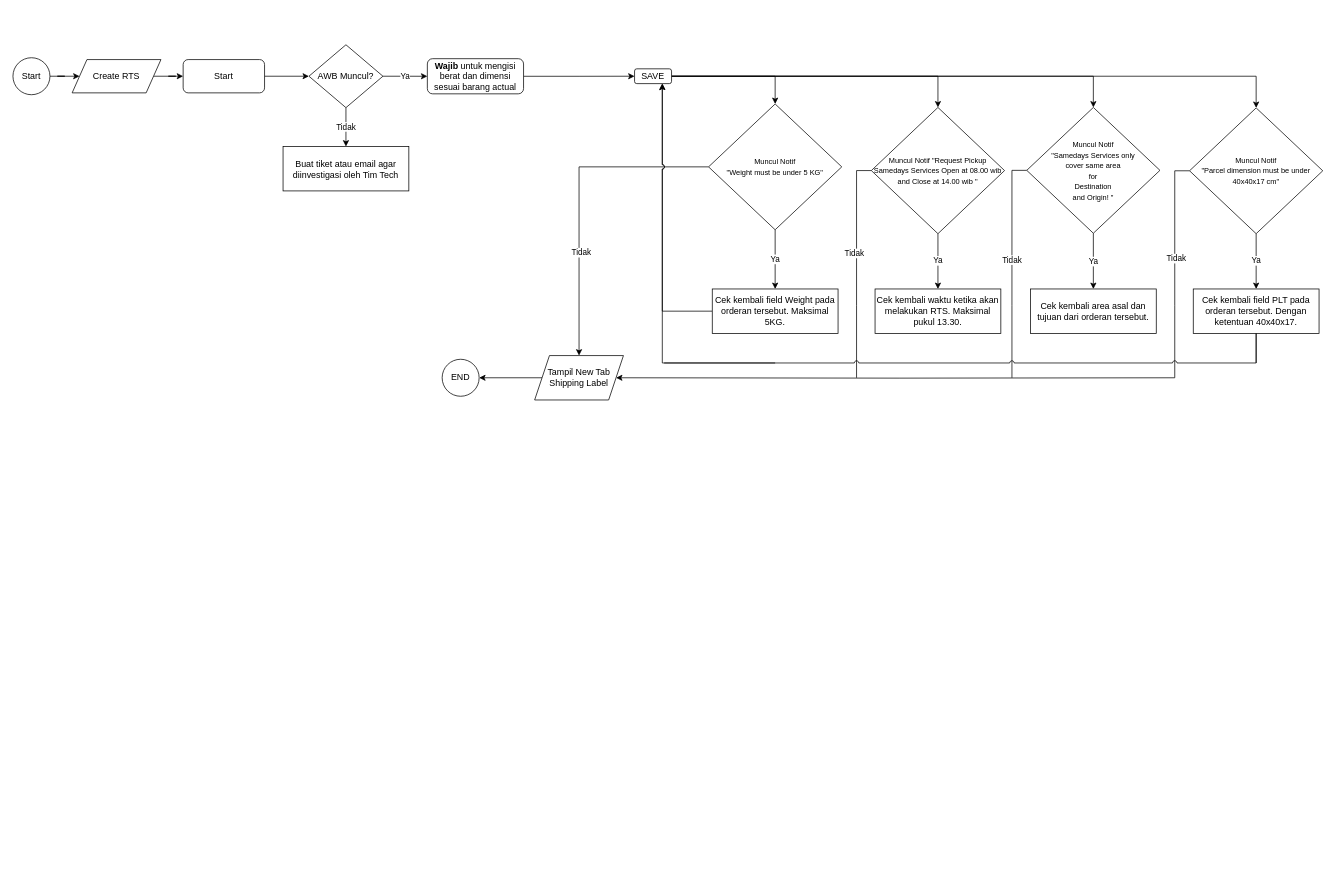
This is reqPickupSDS.drawio from kucingtampan007/draw-io, a draw.io file, before an edit. Source tidied: cells renumbered, new cells numbered last; positions are measured from the earlier drawing's top-left corner, leaving out a move shared by most shapes. Both pictures are drawn from the tidied source at 74%, with x=0, y=0 at pixel (13, 44).
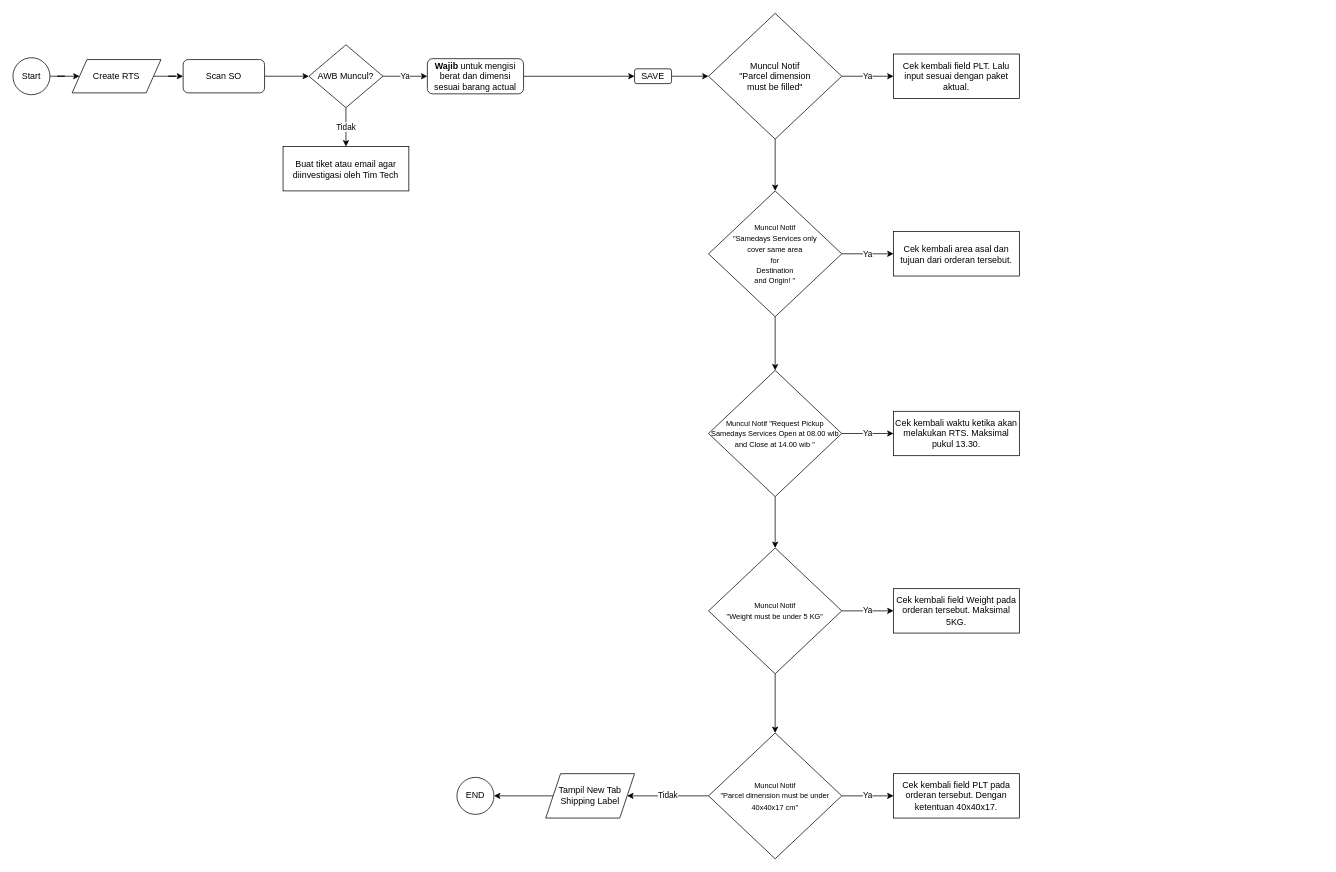
The same page after the edit.

The change refers to these unchanged cells:
```xml
<mxCell id="17" value="SAVE" style="rounded=1;whiteSpace=wrap;html=1;" parent="1" vertex="1">
  <mxGeometry x="840" y="32.5" width="50" height="20" as="geometry" />
</mxCell>
```

Diff of the diagram source:
```diff
@@
-    <mxCell id="7" value="Start" style="rounded=1;whiteSpace=wrap;html=1;" parent="1" vertex="1">
+    <mxCell id="7" value="&lt;div&gt;Scan SO&lt;/div&gt;" style="rounded=1;whiteSpace=wrap;html=1;" parent="1" vertex="1">
       <mxGeometry x="230" y="20" width="110" height="45" as="geometry" />
     </mxCell>
@@
-    <mxCell id="13" style="edgeStyle=orthogonalEdgeStyle;rounded=0;jettySize=auto;html=1;" parent="1" edge="1" source="17" target="21">
-      <mxGeometry relative="1" as="geometry" />
-    </mxCell>
-    <mxCell id="14" style="edgeStyle=orthogonalEdgeStyle;rounded=0;jettySize=auto;html=1;exitX=1;exitY=0.5;exitDx=0;exitDy=0;entryX=0.5;entryY=0;entryDx=0;entryDy=0;" parent="1" edge="1" source="17" target="26">
-      <mxGeometry relative="1" as="geometry" />
-    </mxCell>
-    <mxCell id="15" style="edgeStyle=orthogonalEdgeStyle;rounded=0;jettySize=auto;html=1;exitX=1;exitY=0.5;exitDx=0;exitDy=0;" parent="1" edge="1" source="17" target="30">
-      <mxGeometry relative="1" as="geometry" />
-    </mxCell>
-    <mxCell id="16" style="edgeStyle=orthogonalEdgeStyle;rounded=0;jettySize=auto;html=1;entryX=0.5;entryY=0;entryDx=0;entryDy=0;" parent="1" edge="1" source="17" target="38">
-      <mxGeometry relative="1" as="geometry" />
-    </mxCell>
+    <mxCell id="47" style="edgeStyle=orthogonalEdgeStyle;rounded=0;jettySize=auto;html=1;" parent="1" edge="1" source="17" target="54">
+      <mxGeometry relative="1" as="geometry" />
+    </mxCell>
@@
+    <mxCell id="48" style="edgeStyle=orthogonalEdgeStyle;rounded=0;jettySize=auto;html=1;" parent="1" edge="1" source="21" target="38">
+      <mxGeometry relative="1" as="geometry" />
+    </mxCell>
@@
-    <mxCell id="19" style="edgeStyle=orthogonalEdgeStyle;rounded=0;jettySize=auto;html=1;" parent="1" edge="1" source="21" target="43">
-      <mxGeometry relative="1" as="geometry" />
-    </mxCell>
-    <mxCell id="20" value="Tidak" style="edgeLabel;html=1;align=center;verticalAlign=middle;" parent="19" vertex="1">
-      <mxGeometry x="0.35" y="2" relative="1" as="geometry" />
-    </mxCell>
     <mxCell id="21" value="&lt;div&gt;&lt;font style=&quot;font-size: 10px&quot;&gt;Muncul Notif &lt;br&gt;&lt;/font&gt;&lt;/div&gt;&lt;div&gt;&lt;font style=&quot;font-size: 10px&quot;&gt;&quot;Weight must be under 5 KG&quot;&lt;/font&gt;&lt;/div&gt;" style="rhombus;whiteSpace=wrap;html=1;" parent="1" vertex="1">
-      <mxGeometry x="940" y="80" width="180" height="170" as="geometry" />
+      <mxGeometry x="940" y="680" width="180" height="170" as="geometry" />
     </mxCell>
@@
-    <mxCell id="24" style="edgeStyle=orthogonalEdgeStyle;rounded=0;jettySize=auto;html=1;endArrow=none;endFill=0;" parent="1" edge="1" source="26">
-      <mxGeometry relative="1" as="geometry">
-        <mxPoint x="1140" y="450" as="targetPoint" />
-      </mxGeometry>
-    </mxCell>
-    <mxCell id="25" value="Tidak" style="edgeLabel;html=1;align=center;verticalAlign=middle;" parent="24" vertex="1">
-      <mxGeometry x="-0.13" y="-4" relative="1" as="geometry" />
-    </mxCell>
+    <mxCell id="49" style="edgeStyle=orthogonalEdgeStyle;rounded=0;jettySize=auto;html=1;" parent="1" edge="1" source="26" target="21">
+      <mxGeometry relative="1" as="geometry" />
+    </mxCell>
     <mxCell id="26" value="&lt;font style=&quot;font-size: 10px&quot;&gt;Muncul Notif &quot;Request Pickup Samedays Services Open at 08.00 wib and Close at 14.00 wib &quot;&lt;/font&gt;" style="rhombus;whiteSpace=wrap;html=1;" parent="1" vertex="1">
-      <mxGeometry x="1160" y="84.7" width="180" height="170.6" as="geometry" />
+      <mxGeometry x="940" y="440" width="180" height="170.6" as="geometry" />
     </mxCell>
@@
-    <mxCell id="28" style="edgeStyle=orthogonalEdgeStyle;rounded=0;jettySize=auto;html=1;endArrow=none;endFill=0;" parent="1" edge="1" source="30">
-      <mxGeometry relative="1" as="geometry">
-        <mxPoint x="1350" y="450" as="targetPoint" />
-      </mxGeometry>
-    </mxCell>
-    <mxCell id="29" value="Tidak" style="edgeLabel;html=1;align=center;verticalAlign=middle;" parent="28" vertex="1">
-      <mxGeometry x="-0.07" y="-1" relative="1" as="geometry">
-        <mxPoint y="1" as="offset" />
-      </mxGeometry>
-    </mxCell>
+    <mxCell id="50" style="edgeStyle=orthogonalEdgeStyle;rounded=0;jettySize=auto;html=1;" parent="1" edge="1" source="30" target="26">
+      <mxGeometry relative="1" as="geometry" />
+    </mxCell>
     <mxCell id="30" value="&lt;div&gt;&lt;font style=&quot;font-size: 10px&quot;&gt;Muncul Notif&lt;br&gt;&lt;/font&gt;&lt;/div&gt;&lt;div&gt;&lt;font style=&quot;font-size: 10px&quot;&gt;&quot;Samedays Services only &lt;br&gt;&lt;/font&gt;&lt;/div&gt;&lt;div&gt;&lt;font style=&quot;font-size: 10px&quot;&gt;cover same area &lt;br&gt;&lt;/font&gt;&lt;/div&gt;&lt;div&gt;&lt;font style=&quot;font-size: 10px&quot;&gt;for &lt;br&gt;&lt;/font&gt;&lt;/div&gt;&lt;div&gt;&lt;font style=&quot;font-size: 10px&quot;&gt;Destination&lt;/font&gt;&lt;/div&gt;&lt;div&gt;&lt;font style=&quot;font-size: 10px&quot;&gt; and Origin! &quot;&lt;/font&gt;&lt;/div&gt;" style="rhombus;whiteSpace=wrap;html=1;" parent="1" vertex="1">
-      <mxGeometry x="1370" y="84.7" width="180" height="170" as="geometry" />
+      <mxGeometry x="940" y="197.5" width="180" height="170" as="geometry" />
     </mxCell>
-    <mxCell id="31" style="edgeStyle=orthogonalEdgeStyle;rounded=0;jettySize=auto;html=1;entryX=0.75;entryY=1;entryDx=0;entryDy=0;endArrow=classic;endFill=1;strokeColor=#000000;strokeWidth=1;jumpStyle=arc;" parent="1" edge="1" source="32" target="17">
-      <mxGeometry relative="1" as="geometry" />
-    </mxCell>
     <mxCell id="32" value="Cek kembali field Weight pada orderan tersebut. Maksimal 5KG." style="rounded=0;whiteSpace=wrap;html=1;" parent="1" vertex="1">
-      <mxGeometry x="945" y="330" width="170" height="60" as="geometry" />
+      <mxGeometry x="1190" y="735" width="170" height="60" as="geometry" />
     </mxCell>
-    <mxCell id="33" value="Cek kembali area asal dan tujuan dari orderan tersebut." style="rounded=0;whiteSpace=wrap;html=1;" parent="1" vertex="1">
-      <mxGeometry x="1375" y="330" width="170" height="60" as="geometry" />
-    </mxCell>
     <mxCell id="34" value="Cek kembali waktu ketika akan melakukan RTS. Maksimal pukul 13.30." style="rounded=0;whiteSpace=wrap;html=1;" parent="1" vertex="1">
-      <mxGeometry x="1165" y="330" width="170" height="60" as="geometry" />
+      <mxGeometry x="1190" y="495.3" width="170" height="60" as="geometry" />
     </mxCell>
@@
-    <mxCell id="36" style="edgeStyle=orthogonalEdgeStyle;rounded=0;jettySize=auto;html=1;endArrow=none;endFill=0;" parent="1" edge="1" source="38">
-      <mxGeometry relative="1" as="geometry">
-        <mxPoint x="1570" y="450" as="targetPoint" />
-      </mxGeometry>
-    </mxCell>
-    <mxCell id="37" value="Tidak" style="edgeLabel;html=1;align=center;verticalAlign=middle;" parent="36" vertex="1">
-      <mxGeometry x="-0.08" y="1" relative="1" as="geometry" />
-    </mxCell>
+    <mxCell id="51" value="Tidak" style="edgeStyle=orthogonalEdgeStyle;rounded=0;jettySize=auto;html=1;" parent="1" edge="1" source="38" target="43">
+      <mxGeometry relative="1" as="geometry" />
+    </mxCell>
     <mxCell id="38" value="&lt;div&gt;&lt;font style=&quot;font-size: 10px&quot;&gt;Muncul Notif &lt;br&gt;&lt;/font&gt;&lt;/div&gt;&lt;div&gt;&lt;font style=&quot;font-size: 10px&quot;&gt;&quot;Parcel dimension must be under 40x40x17 cm&quot;&lt;/font&gt;&lt;/div&gt;" style="rhombus;whiteSpace=wrap;html=1;" parent="1" vertex="1">
-      <mxGeometry x="1590" y="85.3" width="180" height="170" as="geometry" />
+      <mxGeometry x="940" y="930" width="180" height="170" as="geometry" />
     </mxCell>
-    <mxCell id="39" style="edgeStyle=orthogonalEdgeStyle;rounded=0;jumpStyle=arc;jettySize=auto;html=1;exitX=0.5;exitY=1;exitDx=0;exitDy=0;endArrow=none;endFill=0;strokeColor=#000000;strokeWidth=1;" parent="1" edge="1" source="40">
-      <mxGeometry relative="1" as="geometry">
-        <mxPoint x="1680" y="430" as="targetPoint" />
-      </mxGeometry>
-    </mxCell>
     <mxCell id="40" value="Cek kembali field PLT pada orderan tersebut. Dengan ketentuan 40x40x17." style="rounded=0;whiteSpace=wrap;html=1;" parent="1" vertex="1">
-      <mxGeometry x="1595" y="330" width="170" height="60" as="geometry" />
+      <mxGeometry x="1190" y="985" width="170" height="60" as="geometry" />
     </mxCell>
@@
-    <mxCell id="42" style="edgeStyle=orthogonalEdgeStyle;jettySize=auto;html=1;rounded=0;strokeWidth=1;" parent="1" edge="1" target="43">
-      <mxGeometry relative="1" as="geometry">
-        <mxPoint x="1570" y="450" as="sourcePoint" />
-      </mxGeometry>
-    </mxCell>
     <mxCell id="43" value="Tampil New Tab Shipping Label" style="shape=parallelogram;perimeter=parallelogramPerimeter;whiteSpace=wrap;html=1;fixedSize=1;" parent="1" vertex="1">
-      <mxGeometry x="705" y="420" width="120" height="60" as="geometry" />
+      <mxGeometry x="720" y="985" width="120" height="60" as="geometry" />
     </mxCell>
     <mxCell id="44" value="END" style="ellipse;whiteSpace=wrap;html=1;" parent="1" vertex="1">
-      <mxGeometry x="580" y="425" width="50" height="50" as="geometry" />
+      <mxGeometry x="600" y="990" width="50" height="50" as="geometry" />
     </mxCell>
-    <mxCell id="45" style="edgeStyle=orthogonalEdgeStyle;rounded=0;jumpStyle=arc;jettySize=auto;html=1;exitX=0.5;exitY=1;exitDx=0;exitDy=0;endArrow=none;endFill=0;strokeColor=#000000;strokeWidth=1;" parent="1" edge="1" source="40">
-      <mxGeometry relative="1" as="geometry">
-        <mxPoint x="880" y="430" as="targetPoint" />
-        <Array as="points">
-          <mxPoint x="1680" y="430" />
-          <mxPoint x="980" y="430" />
-        </Array>
-      </mxGeometry>
-    </mxCell>
-    <mxCell id="46" style="edgeStyle=orthogonalEdgeStyle;rounded=0;jettySize=auto;html=1;entryX=0.75;entryY=1;entryDx=0;entryDy=0;endArrow=classic;endFill=1;strokeColor=#000000;strokeWidth=1;jumpStyle=arc;" parent="1" edge="1" target="17">
-      <mxGeometry relative="1" as="geometry">
-        <mxPoint x="1030" y="430" as="sourcePoint" />
-        <Array as="points">
-          <mxPoint x="1030" y="430" />
-          <mxPoint x="878" y="430" />
-        </Array>
-      </mxGeometry>
-    </mxCell>
+    <mxCell id="52" style="edgeStyle=orthogonalEdgeStyle;rounded=0;jettySize=auto;html=1;" parent="1" edge="1" source="54" target="30">
+      <mxGeometry relative="1" as="geometry" />
+    </mxCell>
+    <mxCell id="53" value="Ya" style="edgeStyle=orthogonalEdgeStyle;rounded=0;jettySize=auto;html=1;" parent="1" edge="1" source="54" target="55">
+      <mxGeometry relative="1" as="geometry" />
+    </mxCell>
+    <mxCell id="54" value="Muncul Notif&lt;br&gt;&lt;div&gt;&quot;Parcel dimension&lt;/div&gt;&lt;div&gt; must be filled&quot;&lt;/div&gt;" style="rhombus;whiteSpace=wrap;html=1;" parent="1" vertex="1">
+      <mxGeometry x="940" y="-42.5" width="180" height="170" as="geometry" />
+    </mxCell>
+    <mxCell id="55" value="Cek kembali field PLT. Lalu input sesuai dengan paket aktual." style="rounded=0;whiteSpace=wrap;html=1;" parent="1" vertex="1">
+      <mxGeometry x="1190" y="12.5" width="170" height="60" as="geometry" />
+    </mxCell>
+    <mxCell id="33" value="Cek kembali area asal dan tujuan dari orderan tersebut." style="rounded=0;whiteSpace=wrap;html=1;" parent="1" vertex="1">
+      <mxGeometry x="1190" y="252.5" width="170" height="60" as="geometry" />
+    </mxCell>
```
